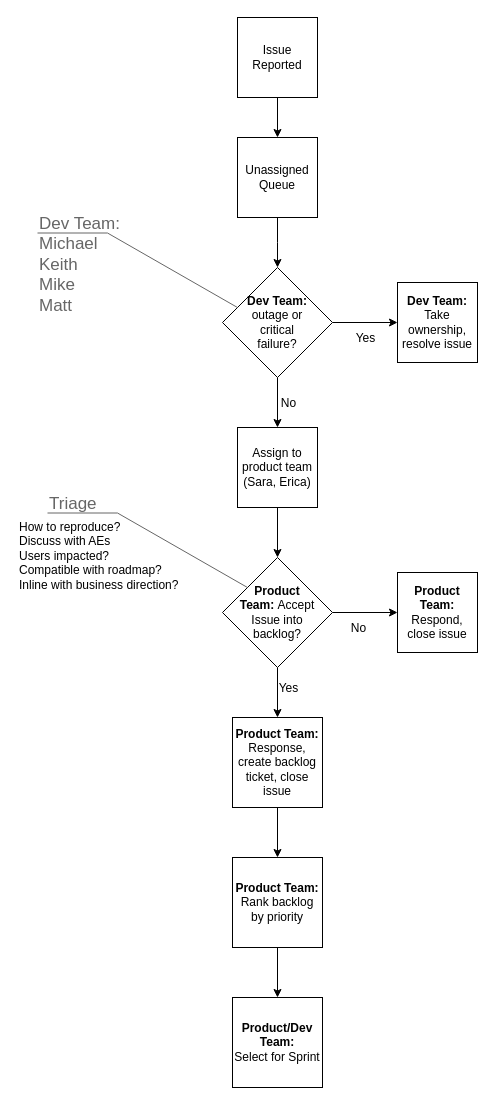
Before: TRIAGE.drawio in mfoulk/diagrams, a draw.io diagram. Source tidied: cells renumbered, new cells numbered last; positions are measured from the earlier drawing's top-left corner, leaving out a move shared by most shapes. Both pictures are drawn from the tidied source at 100%, with x=0, y=0 at pixel (17, 17).
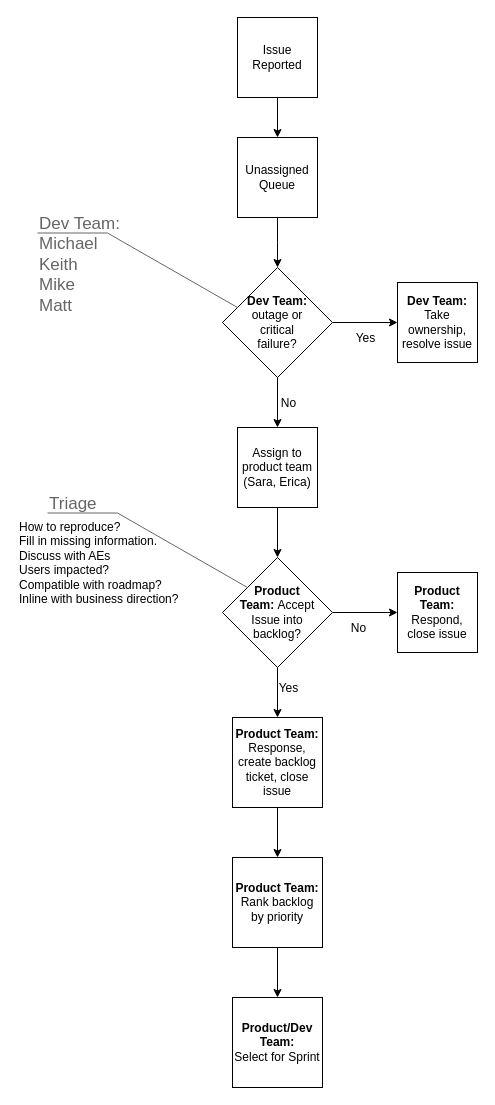
The same page after the edit.

The edit, as a diff of the source:
```diff
@@
-    <mxCell id="24" value="How to reproduce?&lt;br&gt;Discuss with AEs&lt;br&gt;Users impacted?&lt;br&gt;Compatible with roadmap?&lt;br&gt;Inline with business direction?" style="text;html=1;align=left;verticalAlign=top;spacingTop=-4;" parent="1" vertex="1">
-      <mxGeometry y="500" width="170" height="70" as="geometry" />
+    <mxCell id="24" value="How to reproduce?&lt;br&gt;Fill in missing information.&lt;br&gt;Discuss with AEs&lt;br&gt;Users impacted?&lt;br&gt;Compatible with roadmap?&lt;br&gt;Inline with business direction?" style="text;html=1;align=left;verticalAlign=top;spacingTop=-4;" parent="1" vertex="1">
+      <mxGeometry y="500" width="170" height="90" as="geometry" />
     </mxCell>
```
